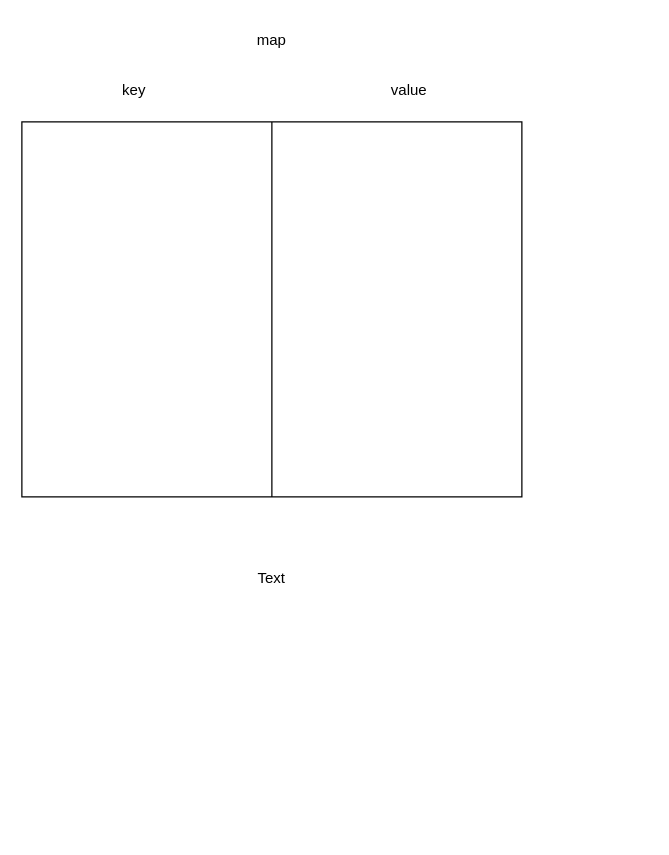
Before: page "Page-2" (2 of 2) of Leetcode/draw.drawio in zjimf/DataStructureAlgorithm, a draw.io diagram. Source tidied: cells renumbered, new cells numbered last; positions are measured from the earlier drawing's top-left corner, leaving out a move shared by most shapes. Both pictures are drawn from the tidied source at 125%, with x=0, y=0 at pixel (21, 21).
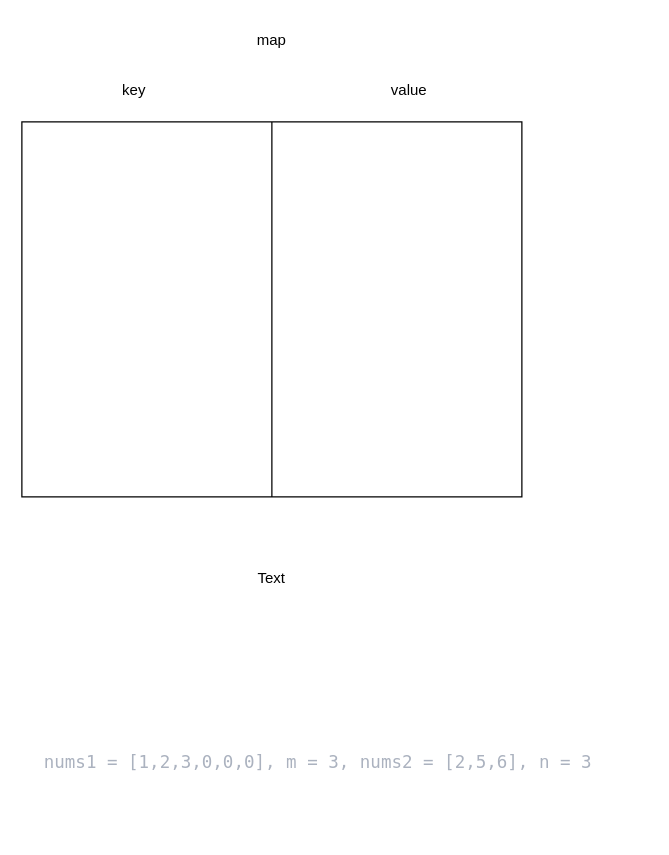
The same diagram, later.

Change to the diagram source:
```diff
@@
 <mxGraphModel>
   <root>
     <mxCell id="0" />
     <mxCell id="1" parent="0" />
     <mxCell id="2" style="rounded=0;whiteSpace=wrap;html=1;" parent="1" vertex="1">
       <mxGeometry y="80" width="400" height="300" as="geometry" />
     </mxCell>
     <mxCell id="3" style="endArrow=none;html=1;exitX=0.5;exitY=1;exitDx=0;exitDy=0;entryX=0.5;entryY=0;entryDx=0;entryDy=0;" parent="1" edge="1" source="2" target="2">
       <mxGeometry relative="1" as="geometry" />
     </mxCell>
     <mxCell id="4" value="map" style="text;html=1;strokeColor=none;fillColor=none;align=center;verticalAlign=middle;whiteSpace=wrap;rounded=0;" parent="1" vertex="1">
       <mxGeometry x="170" width="60" height="30" as="geometry" />
     </mxCell>
     <mxCell id="5" value="key" style="text;html=1;strokeColor=none;fillColor=none;align=center;verticalAlign=middle;whiteSpace=wrap;rounded=0;" parent="1" vertex="1">
       <mxGeometry x="60" y="40" width="60" height="30" as="geometry" />
     </mxCell>
     <mxCell id="6" value="value" style="text;html=1;strokeColor=none;fillColor=none;align=center;verticalAlign=middle;whiteSpace=wrap;rounded=0;" parent="1" vertex="1">
       <mxGeometry x="280" y="40" width="60" height="30" as="geometry" />
     </mxCell>
     <mxCell id="7" value="Text" style="text;html=1;strokeColor=none;fillColor=none;align=center;verticalAlign=middle;whiteSpace=wrap;rounded=0;" parent="1" vertex="1">
       <mxGeometry x="170" y="430" width="60" height="30" as="geometry" />
     </mxCell>
+    <mxCell id="8" value="&lt;pre style=&quot;margin-top: 0px; background-color: var(--vscode-textCodeBlock-background); border: 1px solid var(--vscode-widget-border); padding: 16px; border-radius: 3px; overflow: auto; color: rgb(171, 178, 191); font-size: 14px; font-style: normal; font-variant-ligatures: normal; font-variant-caps: normal; font-weight: 400; letter-spacing: normal; orphans: 2; text-align: start; text-indent: 0px; text-transform: none; widows: 2; word-spacing: 0px; -webkit-text-stroke-width: 0px; text-decoration-thickness: initial; text-decoration-style: initial; text-decoration-color: initial;&quot;&gt;&lt;code style=&quot;color: var(--vscode-editor-foreground); font-family: var(--vscode-editor-font-family, &amp;quot;SF Mono&amp;quot;, Monaco, Menlo, Consolas, &amp;quot;Ubuntu Mono&amp;quot;, &amp;quot;Liberation Mono&amp;quot;, &amp;quot;DejaVu Sans Mono&amp;quot;, &amp;quot;Courier New&amp;quot;, monospace); font-size: 1em; line-height: 1.357em; tab-size: 4;&quot;&gt;nums1 = [1,2,3,0,0,0], m = 3, nums2 = [2,5,6], n = 3&lt;/code&gt;&lt;/pre&gt;" style="text;whiteSpace=wrap;html=1;" parent="1" vertex="1">
+      <mxGeometry y="560" width="500" height="90" as="geometry" />
+    </mxCell>
   </root>
 </mxGraphModel>
```
